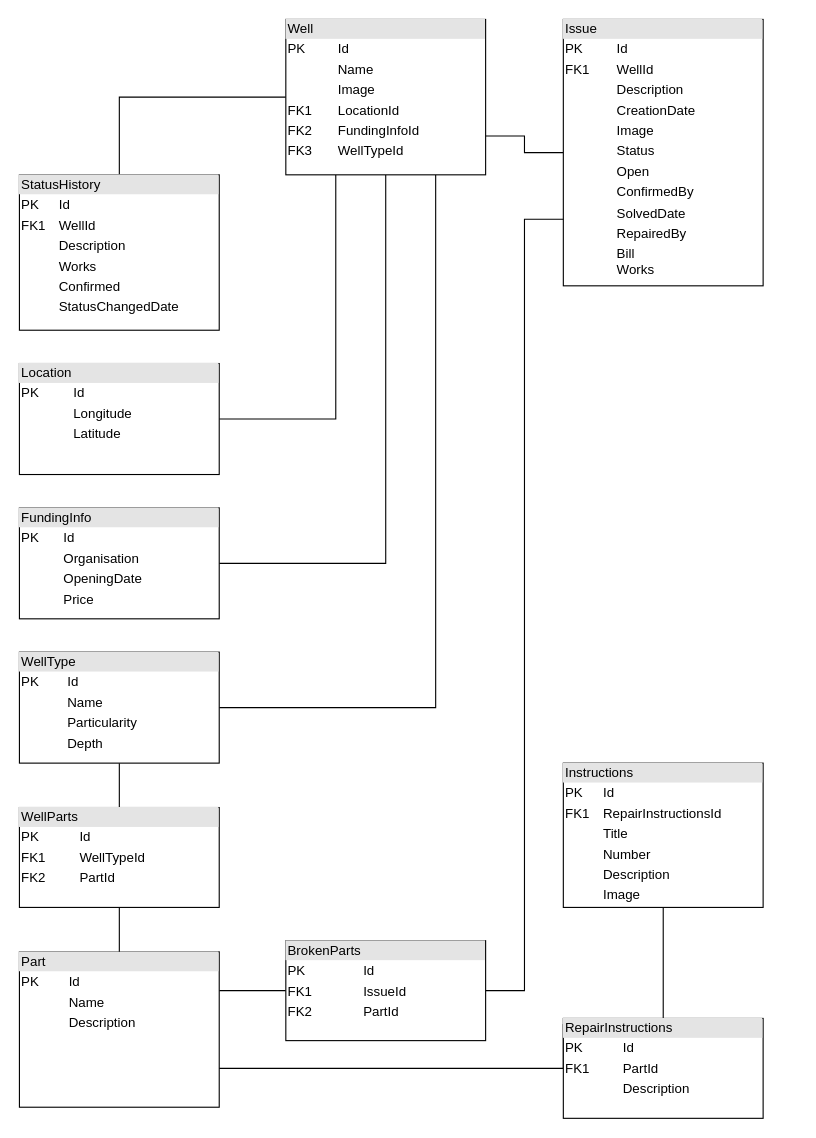
martinneumann/maph keeps this draw.io diagram as docs/data-structure/ERM.drawio. Above is the earlier version. Source tidied: cells renumbered, new cells numbered last; positions are measured from the earlier drawing's top-left corner, leaving out a move shared by most shapes. Both pictures are drawn from the tidied source at 111%, with x=0, y=0 at pixel (19, 19).
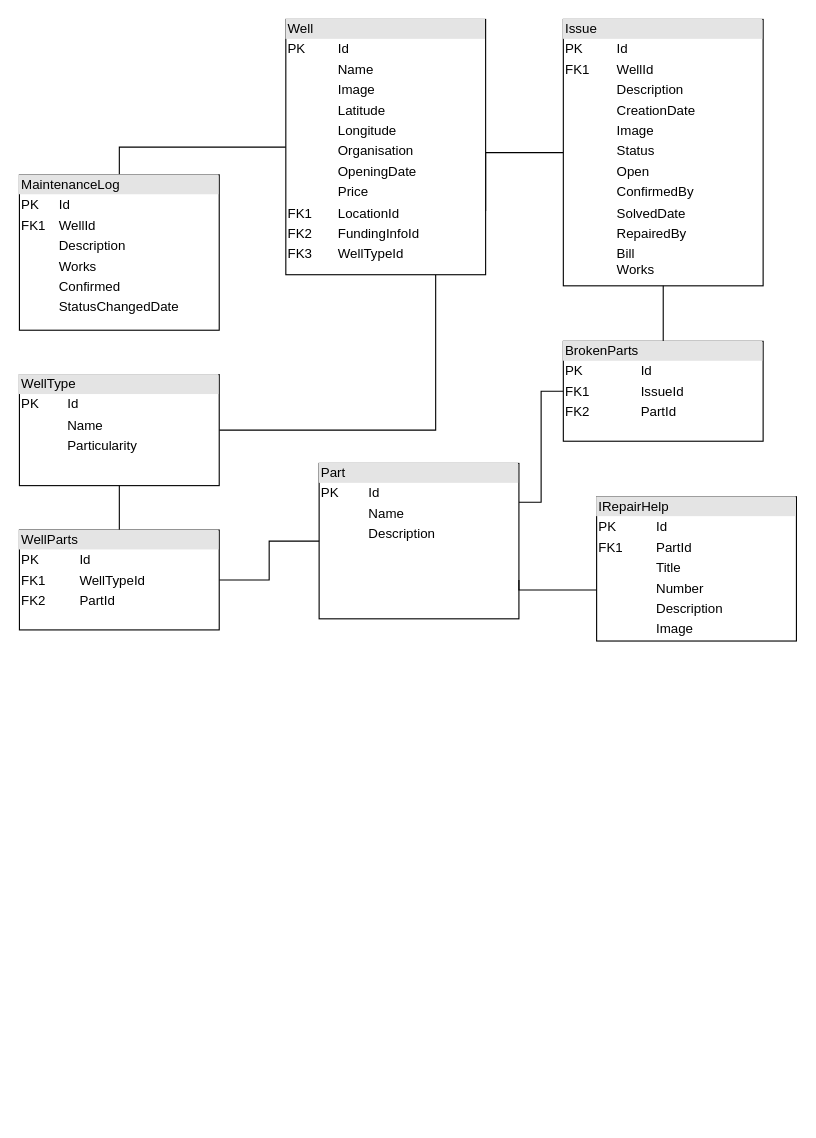
The same diagram, later.

Unchanged cells that the change refers to:
```xml
<mxCell id="13" value="&lt;div style=&quot;box-sizing: border-box ; width: 100% ; background: #e4e4e4 ; padding: 2px&quot;&gt;Issue&lt;/div&gt;&lt;table style=&quot;width: 100% ; font-size: 1em&quot; cellspacing=&quot;0&quot; cellpadding=&quot;2&quot;&gt;&lt;tbody&gt;&lt;tr&gt;&lt;td&gt;PK&lt;/td&gt;&lt;td&gt;Id&lt;/td&gt;&lt;/tr&gt;&lt;tr&gt;&lt;td&gt;FK1&lt;/td&gt;&lt;td&gt;WellId&lt;/td&gt;&lt;/tr&gt;&lt;tr&gt;&lt;td&gt;&lt;br&gt;&lt;/td&gt;&lt;td&gt;Description&lt;/td&gt;&lt;/tr&gt;&lt;tr&gt;&lt;td&gt;&lt;br&gt;&lt;/td&gt;&lt;td&gt;CreationDate&lt;/td&gt;&lt;/tr&gt;&lt;tr&gt;&lt;td&gt;&lt;br&gt;&lt;/td&gt;&lt;td&gt;Image&lt;/td&gt;&lt;/tr&gt;&lt;tr&gt;&lt;td&gt;&lt;br&gt;&lt;/td&gt;&lt;td&gt;Status&lt;/td&gt;&lt;/tr&gt;&lt;tr&gt;&lt;td&gt;&lt;br&gt;&lt;/td&gt;&lt;td&gt;Open&lt;/td&gt;&lt;/tr&gt;&lt;tr&gt;&lt;td&gt;&lt;br&gt;&lt;/td&gt;&lt;td&gt;ConfirmedBy&lt;/td&gt;&lt;/tr&gt;&lt;tr&gt;&lt;td&gt;&lt;br&gt;&lt;/td&gt;&lt;td&gt;SolvedDate&lt;/td&gt;&lt;/tr&gt;&lt;tr&gt;&lt;td&gt;&lt;br&gt;&lt;/td&gt;&lt;td&gt;RepairedBy&lt;/td&gt;&lt;/tr&gt;&lt;tr&gt;&lt;td&gt;&lt;br&gt;&lt;/td&gt;&lt;td&gt;Bill&lt;br&gt;Works&lt;br&gt;&lt;/td&gt;&lt;/tr&gt;&lt;/tbody&gt;&lt;/table&gt;" style="verticalAlign=top;align=left;overflow=fill;html=1;" parent="1" vertex="1">
  <mxGeometry x="490" width="180" height="240" as="geometry" />
</mxCell>
```

Diff of the diagram source:
```diff
@@
     <mxCell id="2" style="edgeStyle=orthogonalEdgeStyle;rounded=0;jettySize=auto;html=1;exitX=1;exitY=0.75;exitDx=0;exitDy=0;entryX=0;entryY=0.5;entryDx=0;entryDy=0;endArrow=none;endFill=0;" parent="1" edge="1" source="7" target="13">
-      <mxGeometry relative="1" as="geometry" />
+      <mxGeometry relative="1" as="geometry">
+        <Array as="points">
+          <mxPoint x="420" y="120" />
+        </Array>
+      </mxGeometry>
     </mxCell>
@@
-    <mxCell id="4" style="edgeStyle=orthogonalEdgeStyle;rounded=0;jettySize=auto;html=1;exitX=0.25;exitY=1;exitDx=0;exitDy=0;entryX=1;entryY=0.5;entryDx=0;entryDy=0;endArrow=none;endFill=0;" parent="1" edge="1" source="7" target="20">
-      <mxGeometry relative="1" as="geometry" />
-    </mxCell>
-    <mxCell id="5" style="edgeStyle=orthogonalEdgeStyle;rounded=0;jettySize=auto;html=1;exitX=0.5;exitY=1;exitDx=0;exitDy=0;entryX=1;entryY=0.5;entryDx=0;entryDy=0;endArrow=none;endFill=0;" parent="1" edge="1" source="7" target="8">
-      <mxGeometry relative="1" as="geometry" />
-    </mxCell>
@@
-    <mxCell id="7" value="&lt;div style=&quot;box-sizing: border-box ; width: 100% ; background: #e4e4e4 ; padding: 2px&quot;&gt;Well&lt;/div&gt;&lt;table style=&quot;width: 100% ; font-size: 1em&quot; cellspacing=&quot;0&quot; cellpadding=&quot;2&quot;&gt;&lt;tbody&gt;&lt;tr&gt;&lt;td&gt;PK&lt;/td&gt;&lt;td&gt;Id&lt;/td&gt;&lt;/tr&gt;&lt;tr&gt;&lt;td&gt;&lt;br&gt;&lt;/td&gt;&lt;td&gt;Name&lt;/td&gt;&lt;/tr&gt;&lt;tr&gt;&lt;td&gt;&lt;br&gt;&lt;/td&gt;&lt;td&gt;Image&lt;br&gt;&lt;/td&gt;&lt;/tr&gt;&lt;tr&gt;&lt;td&gt;FK1&lt;br&gt;&lt;/td&gt;&lt;td&gt;LocationId&lt;br&gt;&lt;/td&gt;&lt;/tr&gt;&lt;tr&gt;&lt;td&gt;FK2&lt;br&gt;&lt;/td&gt;&lt;td&gt;FundingInfoId&lt;br&gt;&lt;/td&gt;&lt;/tr&gt;&lt;tr&gt;&lt;td&gt;FK3&lt;br&gt;&lt;/td&gt;&lt;td&gt;WellTypeId&lt;br&gt;&lt;/td&gt;&lt;/tr&gt;&lt;/tbody&gt;&lt;/table&gt;" style="verticalAlign=top;align=left;overflow=fill;html=1;" parent="1" vertex="1">
-      <mxGeometry x="240" width="180" height="140" as="geometry" />
+    <mxCell id="7" value="&lt;div style=&quot;box-sizing: border-box ; width: 100% ; background: #e4e4e4 ; padding: 2px&quot;&gt;Well&lt;/div&gt;&lt;table style=&quot;width: 100% ; font-size: 1em&quot; cellspacing=&quot;0&quot; cellpadding=&quot;2&quot;&gt;&lt;tbody&gt;&lt;tr&gt;&lt;td&gt;PK&lt;/td&gt;&lt;td&gt;Id&lt;/td&gt;&lt;/tr&gt;&lt;tr&gt;&lt;td&gt;&lt;br&gt;&lt;/td&gt;&lt;td&gt;Name&lt;/td&gt;&lt;/tr&gt;&lt;tr&gt;&lt;td&gt;&lt;br&gt;&lt;/td&gt;&lt;td&gt;Image&lt;br&gt;&lt;/td&gt;&lt;/tr&gt;&lt;tr&gt;&lt;td&gt;&lt;br&gt;&lt;/td&gt;&lt;td&gt;Latitude&lt;br&gt;&lt;/td&gt;&lt;/tr&gt;&lt;tr&gt;&lt;td&gt;&lt;br&gt;&lt;/td&gt;&lt;td&gt;Longitude&lt;br&gt;&lt;/td&gt;&lt;/tr&gt;&lt;tr&gt;&lt;td&gt;&lt;br&gt;&lt;/td&gt;&lt;td&gt;Organisation&lt;br&gt;&lt;/td&gt;&lt;/tr&gt;&lt;tr&gt;&lt;td&gt;&lt;br&gt;&lt;/td&gt;&lt;td&gt;OpeningDate&lt;br&gt;&lt;/td&gt;&lt;/tr&gt;&lt;tr&gt;&lt;td&gt;&lt;br&gt;&lt;/td&gt;&lt;td&gt;Price&lt;br&gt;&lt;/td&gt;&lt;/tr&gt;&lt;tr&gt;&lt;td&gt;FK1&lt;br&gt;&lt;/td&gt;&lt;td&gt;LocationId&lt;br&gt;&lt;/td&gt;&lt;/tr&gt;&lt;tr&gt;&lt;td&gt;FK2&lt;br&gt;&lt;/td&gt;&lt;td&gt;FundingInfoId&lt;br&gt;&lt;/td&gt;&lt;/tr&gt;&lt;tr&gt;&lt;td&gt;FK3&lt;br&gt;&lt;/td&gt;&lt;td&gt;WellTypeId&lt;br&gt;&lt;/td&gt;&lt;/tr&gt;&lt;/tbody&gt;&lt;/table&gt;" style="verticalAlign=top;align=left;overflow=fill;html=1;" parent="1" vertex="1">
+      <mxGeometry x="240" width="180" height="230" as="geometry" />
     </mxCell>
-    <mxCell id="8" value="&lt;div style=&quot;box-sizing: border-box ; width: 100% ; background: #e4e4e4 ; padding: 2px&quot;&gt;FundingInfo&lt;/div&gt;&lt;table style=&quot;width: 100% ; font-size: 1em&quot; cellspacing=&quot;0&quot; cellpadding=&quot;2&quot;&gt;&lt;tbody&gt;&lt;tr&gt;&lt;td&gt;PK&lt;/td&gt;&lt;td&gt;Id&lt;/td&gt;&lt;/tr&gt;&lt;tr&gt;&lt;td&gt;&lt;br&gt;&lt;/td&gt;&lt;td&gt;Organisation&lt;/td&gt;&lt;/tr&gt;&lt;tr&gt;&lt;td&gt;&lt;br&gt;&lt;/td&gt;&lt;td&gt;OpeningDate&lt;/td&gt;&lt;/tr&gt;&lt;tr&gt;&lt;td&gt;&lt;br&gt;&lt;/td&gt;&lt;td&gt;Price&lt;br&gt;&lt;/td&gt;&lt;/tr&gt;&lt;/tbody&gt;&lt;/table&gt;" style="verticalAlign=top;align=left;overflow=fill;html=1;" parent="1" vertex="1">
-      <mxGeometry y="440" width="180" height="100" as="geometry" />
-    </mxCell>
@@
-    <mxCell id="10" value="&lt;div style=&quot;box-sizing: border-box ; width: 100% ; background: #e4e4e4 ; padding: 2px&quot;&gt;WellType&lt;/div&gt;&lt;table style=&quot;width: 100% ; font-size: 1em&quot; cellspacing=&quot;0&quot; cellpadding=&quot;2&quot;&gt;&lt;tbody&gt;&lt;tr&gt;&lt;td&gt;PK&lt;/td&gt;&lt;td&gt;Id&lt;/td&gt;&lt;/tr&gt;&lt;tr&gt;&lt;td&gt;&lt;br&gt;&lt;/td&gt;&lt;td&gt;Name&lt;/td&gt;&lt;/tr&gt;&lt;tr&gt;&lt;td&gt;&lt;br&gt;&lt;/td&gt;&lt;td&gt;Particularity&lt;/td&gt;&lt;/tr&gt;&lt;tr&gt;&lt;td&gt;&lt;br&gt;&lt;/td&gt;&lt;td&gt;Depth&lt;/td&gt;&lt;/tr&gt;&lt;tr&gt;&lt;td&gt;&lt;br&gt;&lt;/td&gt;&lt;td&gt;&lt;br&gt;&lt;/td&gt;&lt;/tr&gt;&lt;/tbody&gt;&lt;/table&gt;" style="verticalAlign=top;align=left;overflow=fill;html=1;" parent="1" vertex="1">
-      <mxGeometry y="570" width="180" height="100" as="geometry" />
+    <mxCell id="10" value="&lt;div style=&quot;box-sizing: border-box ; width: 100% ; background: #e4e4e4 ; padding: 2px&quot;&gt;WellType&lt;/div&gt;&lt;table style=&quot;width: 100% ; font-size: 1em&quot; cellspacing=&quot;0&quot; cellpadding=&quot;2&quot;&gt;&lt;tbody&gt;&lt;tr&gt;&lt;td&gt;PK&lt;/td&gt;&lt;td&gt;Id&lt;/td&gt;&lt;/tr&gt;&lt;tr&gt;&lt;td&gt;&lt;br&gt;&lt;/td&gt;&lt;td&gt;Name&lt;/td&gt;&lt;/tr&gt;&lt;tr&gt;&lt;td&gt;&lt;br&gt;&lt;/td&gt;&lt;td&gt;Particularity&lt;/td&gt;&lt;/tr&gt;&lt;tr&gt;&lt;td&gt;&lt;br&gt;&lt;/td&gt;&lt;td&gt;&lt;br&gt;&lt;/td&gt;&lt;/tr&gt;&lt;/tbody&gt;&lt;/table&gt;" style="verticalAlign=top;align=left;overflow=fill;html=1;" parent="1" vertex="1">
+      <mxGeometry y="320" width="180" height="100" as="geometry" />
     </mxCell>
@@
     <mxCell id="12" value="&lt;div style=&quot;box-sizing: border-box ; width: 100% ; background: #e4e4e4 ; padding: 2px&quot;&gt;Part&lt;/div&gt;&lt;table style=&quot;width: 100% ; font-size: 1em&quot; cellspacing=&quot;0&quot; cellpadding=&quot;2&quot;&gt;&lt;tbody&gt;&lt;tr&gt;&lt;td&gt;PK&lt;/td&gt;&lt;td&gt;Id&lt;/td&gt;&lt;/tr&gt;&lt;tr&gt;&lt;td&gt;&lt;br&gt;&lt;/td&gt;&lt;td&gt;Name&lt;/td&gt;&lt;/tr&gt;&lt;tr&gt;&lt;td&gt;&lt;br&gt;&lt;/td&gt;&lt;td&gt;Description&lt;/td&gt;&lt;/tr&gt;&lt;/tbody&gt;&lt;/table&gt;" style="verticalAlign=top;align=left;overflow=fill;html=1;" parent="1" vertex="1">
-      <mxGeometry y="840" width="180" height="140" as="geometry" />
+      <mxGeometry x="270" y="400" width="180" height="140" as="geometry" />
     </mxCell>
@@
-    <mxCell id="14" style="edgeStyle=orthogonalEdgeStyle;rounded=0;jettySize=auto;html=1;exitX=1;exitY=0.5;exitDx=0;exitDy=0;entryX=0;entryY=0.75;entryDx=0;entryDy=0;endArrow=none;endFill=0;" parent="1" edge="1" source="15" target="13">
+    <mxCell id="14" style="edgeStyle=orthogonalEdgeStyle;rounded=0;jettySize=auto;html=1;exitX=0.5;exitY=0;exitDx=0;exitDy=0;entryX=0.5;entryY=1;entryDx=0;entryDy=0;endArrow=none;endFill=0;" parent="1" edge="1" source="15" target="13">
       <mxGeometry relative="1" as="geometry" />
     </mxCell>
     <mxCell id="15" value="&lt;div style=&quot;box-sizing: border-box ; width: 100% ; background: #e4e4e4 ; padding: 2px&quot;&gt;BrokenParts&lt;/div&gt;&lt;table style=&quot;width: 100% ; font-size: 1em&quot; cellspacing=&quot;0&quot; cellpadding=&quot;2&quot;&gt;&lt;tbody&gt;&lt;tr&gt;&lt;td&gt;PK&lt;br&gt;&lt;/td&gt;&lt;td&gt;Id&lt;br&gt;&lt;/td&gt;&lt;/tr&gt;&lt;tr&gt;&lt;td&gt;FK1&lt;/td&gt;&lt;td&gt;IssueId&lt;/td&gt;&lt;/tr&gt;&lt;tr&gt;&lt;td&gt;FK2&lt;br&gt;&lt;/td&gt;&lt;td&gt;PartId&lt;br&gt;&lt;/td&gt;&lt;/tr&gt;&lt;/tbody&gt;&lt;/table&gt;" style="verticalAlign=top;align=left;overflow=fill;html=1;" parent="1" vertex="1">
-      <mxGeometry x="240" y="830" width="180" height="90" as="geometry" />
+      <mxGeometry x="490" y="290" width="180" height="90" as="geometry" />
     </mxCell>
-    <mxCell id="16" style="edgeStyle=orthogonalEdgeStyle;rounded=0;jettySize=auto;html=1;exitX=0;exitY=0.5;exitDx=0;exitDy=0;entryX=1;entryY=0.75;entryDx=0;entryDy=0;endArrow=none;endFill=0;" parent="1" edge="1" target="12">
+    <mxCell id="16" style="edgeStyle=orthogonalEdgeStyle;rounded=0;jettySize=auto;html=1;exitX=0;exitY=0.646;exitDx=0;exitDy=0;entryX=1;entryY=0.75;entryDx=0;entryDy=0;endArrow=none;endFill=0;exitPerimeter=0;" parent="1" edge="1" source="19" target="12">
       <mxGeometry relative="1" as="geometry">
-        <mxPoint x="490" y="905" as="sourcePoint" />
         <Array as="points">
-          <mxPoint x="490" y="945" />
+          <mxPoint x="450" y="514" />
         </Array>
       </mxGeometry>
     </mxCell>
-    <mxCell id="17" style="edgeStyle=orthogonalEdgeStyle;rounded=0;jettySize=auto;html=1;exitX=0.5;exitY=0;exitDx=0;exitDy=0;entryX=0.5;entryY=1;entryDx=0;entryDy=0;endArrow=none;endFill=0;" parent="1" edge="1" source="18" target="19">
-      <mxGeometry relative="1" as="geometry" />
-    </mxCell>
-    <mxCell id="18" value="&lt;div style=&quot;box-sizing: border-box ; width: 100% ; background: #e4e4e4 ; padding: 2px&quot;&gt;RepairInstructions&lt;/div&gt;&lt;table style=&quot;width: 100% ; font-size: 1em&quot; cellspacing=&quot;0&quot; cellpadding=&quot;2&quot;&gt;&lt;tbody&gt;&lt;tr&gt;&lt;td&gt;PK&lt;/td&gt;&lt;td&gt;Id&lt;/td&gt;&lt;/tr&gt;&lt;tr&gt;&lt;td&gt;FK1&lt;br&gt;&lt;/td&gt;&lt;td&gt;PartId&lt;br&gt;&lt;/td&gt;&lt;/tr&gt;&lt;tr&gt;&lt;td&gt;&lt;br&gt;&lt;/td&gt;&lt;td&gt;Description&lt;/td&gt;&lt;/tr&gt;&lt;/tbody&gt;&lt;/table&gt;" style="verticalAlign=top;align=left;overflow=fill;html=1;" parent="1" vertex="1">
-      <mxGeometry x="490" y="900" width="180" height="90" as="geometry" />
-    </mxCell>
-    <mxCell id="19" value="&lt;div style=&quot;box-sizing: border-box ; width: 100% ; background: #e4e4e4 ; padding: 2px&quot;&gt;Instructions&lt;/div&gt;&lt;table style=&quot;width: 100% ; font-size: 1em&quot; cellspacing=&quot;0&quot; cellpadding=&quot;2&quot;&gt;&lt;tbody&gt;&lt;tr&gt;&lt;td&gt;PK&lt;/td&gt;&lt;td&gt;Id&lt;/td&gt;&lt;/tr&gt;&lt;tr&gt;&lt;td&gt;FK1&lt;/td&gt;&lt;td&gt;RepairInstructionsId&lt;/td&gt;&lt;/tr&gt;&lt;tr&gt;&lt;td&gt;&lt;br&gt;&lt;/td&gt;&lt;td&gt;Title&lt;/td&gt;&lt;/tr&gt;&lt;tr&gt;&lt;td&gt;&lt;br&gt;&lt;/td&gt;&lt;td&gt;Number&lt;br&gt;&lt;/td&gt;&lt;/tr&gt;&lt;tr&gt;&lt;td&gt;&lt;br&gt;&lt;/td&gt;&lt;td&gt;Description&lt;br&gt;&lt;/td&gt;&lt;/tr&gt;&lt;tr&gt;&lt;td&gt;&lt;br&gt;&lt;/td&gt;&lt;td&gt;Image&lt;br&gt;&lt;/td&gt;&lt;/tr&gt;&lt;/tbody&gt;&lt;/table&gt;" style="verticalAlign=top;align=left;overflow=fill;html=1;" parent="1" vertex="1">
-      <mxGeometry x="490" y="670" width="180" height="130" as="geometry" />
+    <mxCell id="19" value="&lt;div style=&quot;box-sizing: border-box ; width: 100% ; background: #e4e4e4 ; padding: 2px&quot;&gt;IRepairHelp&lt;/div&gt;&lt;table style=&quot;width: 100% ; font-size: 1em&quot; cellspacing=&quot;0&quot; cellpadding=&quot;2&quot;&gt;&lt;tbody&gt;&lt;tr&gt;&lt;td&gt;PK&lt;/td&gt;&lt;td&gt;Id&lt;/td&gt;&lt;/tr&gt;&lt;tr&gt;&lt;td&gt;FK1&lt;/td&gt;&lt;td&gt;PartId&lt;/td&gt;&lt;/tr&gt;&lt;tr&gt;&lt;td&gt;&lt;br&gt;&lt;/td&gt;&lt;td&gt;Title&lt;/td&gt;&lt;/tr&gt;&lt;tr&gt;&lt;td&gt;&lt;br&gt;&lt;/td&gt;&lt;td&gt;Number&lt;br&gt;&lt;/td&gt;&lt;/tr&gt;&lt;tr&gt;&lt;td&gt;&lt;br&gt;&lt;/td&gt;&lt;td&gt;Description&lt;br&gt;&lt;/td&gt;&lt;/tr&gt;&lt;tr&gt;&lt;td&gt;&lt;br&gt;&lt;/td&gt;&lt;td&gt;Image&lt;br&gt;&lt;/td&gt;&lt;/tr&gt;&lt;/tbody&gt;&lt;/table&gt;" style="verticalAlign=top;align=left;overflow=fill;html=1;" parent="1" vertex="1">
+      <mxGeometry x="520" y="430" width="180" height="130" as="geometry" />
     </mxCell>
-    <mxCell id="20" value="&lt;div style=&quot;box-sizing: border-box ; width: 100% ; background: #e4e4e4 ; padding: 2px&quot;&gt;Location&lt;/div&gt;&lt;table style=&quot;width: 100% ; font-size: 1em&quot; cellspacing=&quot;0&quot; cellpadding=&quot;2&quot;&gt;&lt;tbody&gt;&lt;tr&gt;&lt;td&gt;PK&lt;/td&gt;&lt;td&gt;Id&lt;/td&gt;&lt;/tr&gt;&lt;tr&gt;&lt;td&gt;&lt;br&gt;&lt;/td&gt;&lt;td&gt;Longitude&lt;/td&gt;&lt;/tr&gt;&lt;tr&gt;&lt;td&gt;&lt;br&gt;&lt;/td&gt;&lt;td&gt;Latitude&lt;/td&gt;&lt;/tr&gt;&lt;/tbody&gt;&lt;/table&gt;" style="verticalAlign=top;align=left;overflow=fill;html=1;" parent="1" vertex="1">
-      <mxGeometry y="310" width="180" height="100" as="geometry" />
-    </mxCell>
-    <mxCell id="21" value="&lt;div style=&quot;box-sizing: border-box ; width: 100% ; background: #e4e4e4 ; padding: 2px&quot;&gt;StatusHistory&lt;/div&gt;&lt;table style=&quot;width: 100% ; font-size: 1em&quot; cellspacing=&quot;0&quot; cellpadding=&quot;2&quot;&gt;&lt;tbody&gt;&lt;tr&gt;&lt;td&gt;PK&lt;/td&gt;&lt;td&gt;Id&lt;/td&gt;&lt;/tr&gt;&lt;tr&gt;&lt;td&gt;FK1&lt;/td&gt;&lt;td&gt;WellId&lt;/td&gt;&lt;/tr&gt;&lt;tr&gt;&lt;td&gt;&lt;br&gt;&lt;/td&gt;&lt;td&gt;Description&lt;/td&gt;&lt;/tr&gt;&lt;tr&gt;&lt;td&gt;&lt;br&gt;&lt;/td&gt;&lt;td&gt;Works&lt;br&gt;&lt;/td&gt;&lt;/tr&gt;&lt;tr&gt;&lt;td&gt;&lt;br&gt;&lt;/td&gt;&lt;td&gt;Confirmed&lt;br&gt;&lt;/td&gt;&lt;/tr&gt;&lt;tr&gt;&lt;td&gt;&lt;br&gt;&lt;/td&gt;&lt;td&gt;StatusChangedDate&lt;br&gt;&lt;/td&gt;&lt;/tr&gt;&lt;/tbody&gt;&lt;/table&gt;" style="verticalAlign=top;align=left;overflow=fill;html=1;" parent="1" vertex="1">
+    <mxCell id="21" value="&lt;div style=&quot;box-sizing: border-box ; width: 100% ; background: #e4e4e4 ; padding: 2px&quot;&gt;MaintenanceLog&lt;br&gt;&lt;/div&gt;&lt;table style=&quot;width: 100% ; font-size: 1em&quot; cellspacing=&quot;0&quot; cellpadding=&quot;2&quot;&gt;&lt;tbody&gt;&lt;tr&gt;&lt;td&gt;PK&lt;/td&gt;&lt;td&gt;Id&lt;/td&gt;&lt;/tr&gt;&lt;tr&gt;&lt;td&gt;FK1&lt;/td&gt;&lt;td&gt;WellId&lt;/td&gt;&lt;/tr&gt;&lt;tr&gt;&lt;td&gt;&lt;br&gt;&lt;/td&gt;&lt;td&gt;Description&lt;/td&gt;&lt;/tr&gt;&lt;tr&gt;&lt;td&gt;&lt;br&gt;&lt;/td&gt;&lt;td&gt;Works&lt;br&gt;&lt;/td&gt;&lt;/tr&gt;&lt;tr&gt;&lt;td&gt;&lt;br&gt;&lt;/td&gt;&lt;td&gt;Confirmed&lt;br&gt;&lt;/td&gt;&lt;/tr&gt;&lt;tr&gt;&lt;td&gt;&lt;br&gt;&lt;/td&gt;&lt;td&gt;StatusChangedDate&lt;br&gt;&lt;/td&gt;&lt;/tr&gt;&lt;/tbody&gt;&lt;/table&gt;" style="verticalAlign=top;align=left;overflow=fill;html=1;" parent="1" vertex="1">
       <mxGeometry y="140" width="180" height="140" as="geometry" />
     </mxCell>
-    <mxCell id="22" style="edgeStyle=orthogonalEdgeStyle;rounded=0;jettySize=auto;html=1;exitX=0.5;exitY=1;exitDx=0;exitDy=0;entryX=0.5;entryY=0;entryDx=0;entryDy=0;endArrow=none;endFill=0;" parent="1" edge="1" source="23" target="12">
+    <mxCell id="22" style="edgeStyle=orthogonalEdgeStyle;rounded=0;jettySize=auto;html=1;exitX=1;exitY=0.5;exitDx=0;exitDy=0;entryX=0;entryY=0.5;entryDx=0;entryDy=0;endArrow=none;endFill=0;" parent="1" edge="1" source="23" target="12">
       <mxGeometry relative="1" as="geometry" />
     </mxCell>
     <mxCell id="23" value="&lt;div style=&quot;box-sizing: border-box ; width: 100% ; background: #e4e4e4 ; padding: 2px&quot;&gt;WellParts&lt;/div&gt;&lt;table style=&quot;width: 100% ; font-size: 1em&quot; cellspacing=&quot;0&quot; cellpadding=&quot;2&quot;&gt;&lt;tbody&gt;&lt;tr&gt;&lt;td&gt;PK&lt;br&gt;&lt;/td&gt;&lt;td&gt;Id&lt;br&gt;&lt;/td&gt;&lt;/tr&gt;&lt;tr&gt;&lt;td&gt;FK1&lt;/td&gt;&lt;td&gt;WellTypeId&lt;/td&gt;&lt;/tr&gt;&lt;tr&gt;&lt;td&gt;FK2&lt;/td&gt;&lt;td&gt;PartId&lt;/td&gt;&lt;/tr&gt;&lt;tr&gt;&lt;td&gt;&lt;br&gt;&lt;/td&gt;&lt;td&gt;&lt;br&gt;&lt;/td&gt;&lt;/tr&gt;&lt;/tbody&gt;&lt;/table&gt;" style="verticalAlign=top;align=left;overflow=fill;html=1;" parent="1" vertex="1">
-      <mxGeometry y="710" width="180" height="90" as="geometry" />
+      <mxGeometry y="460" width="180" height="90" as="geometry" />
     </mxCell>
```
